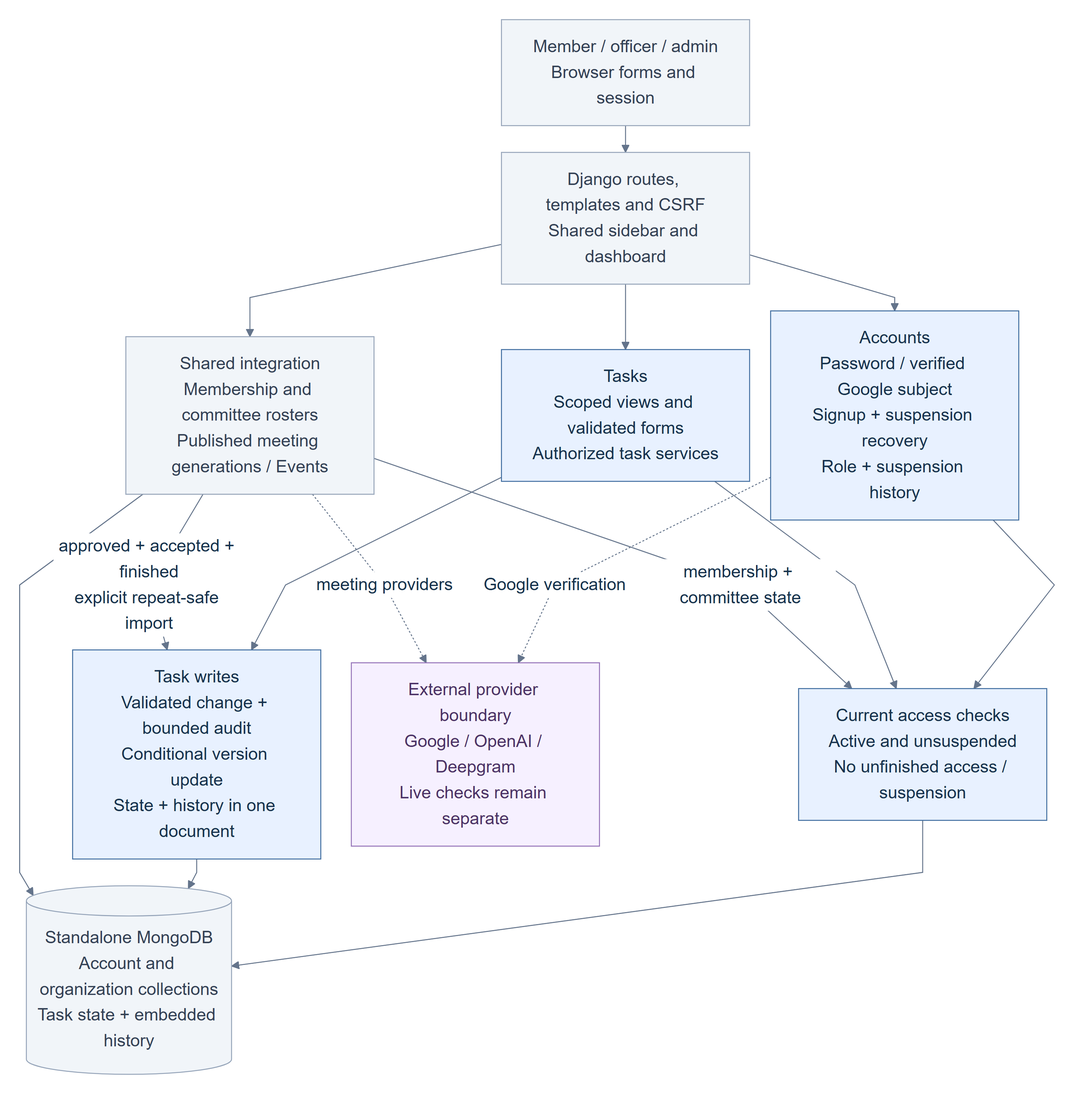
Earlier version of the Mermaid export docs/diagrams/current-architecture.png (aayowole1/Software-Eng). Its source is kept beside it as docs/diagrams/current-architecture.mmd.
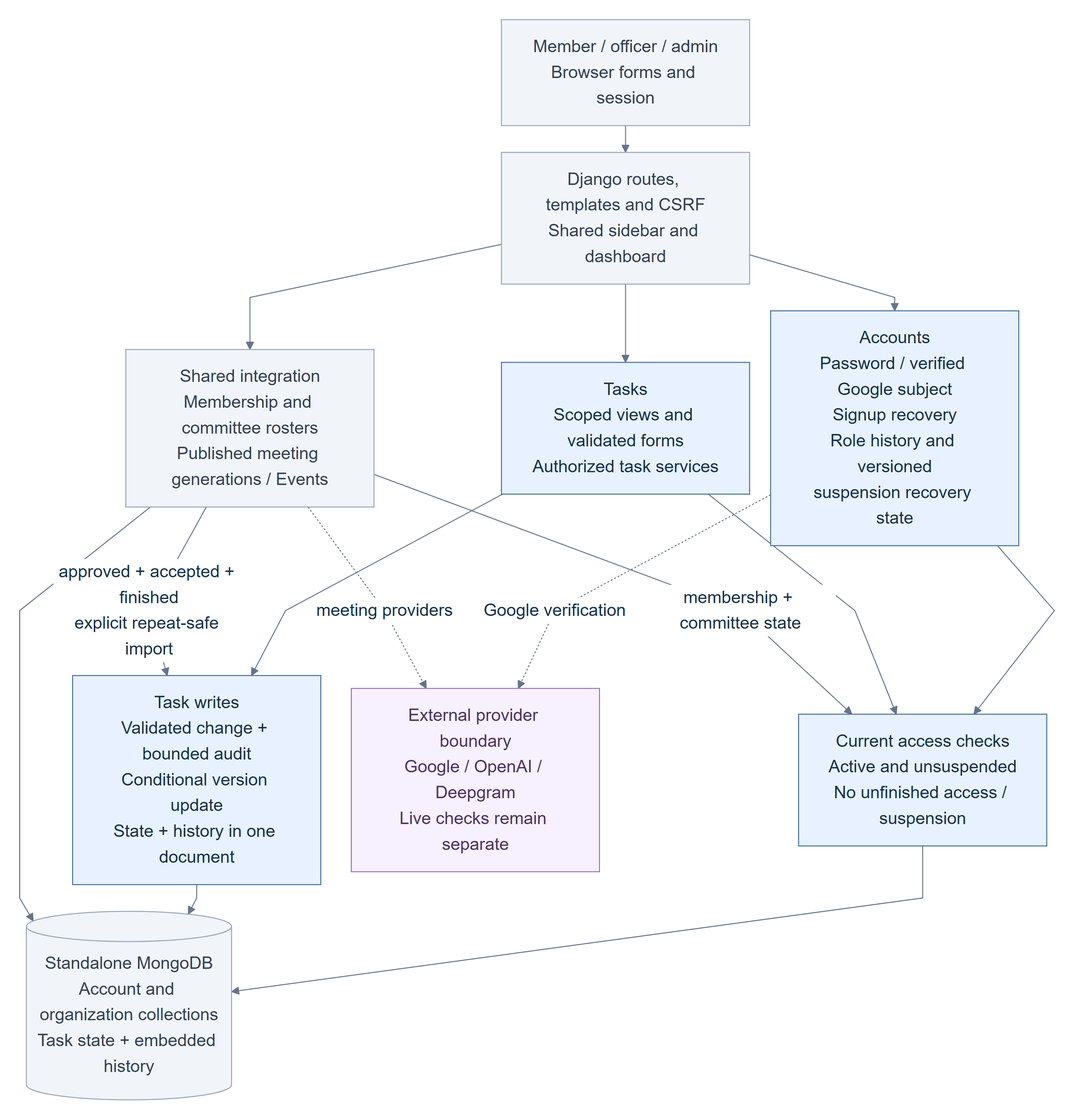
After the commit.

Commit message:
Describe suspension recovery state without claiming an audit history

What changed in the source:
```diff
@@ -4,7 +4,7 @@
     web["Django routes, templates and CSRF<br/>Shared sidebar and dashboard"]
     browser --> web
 
-    accounts["Accounts<br/>Password / verified Google subject<br/>Signup + suspension recovery<br/>Role + suspension history"]
+    accounts["Accounts<br/>Password / verified Google subject<br/>Signup recovery<br/>Role history and versioned<br/>suspension recovery state"]
     tasks["Tasks<br/>Scoped views and validated forms<br/>Authorized task services"]
     shared["Shared integration<br/>Membership and committee rosters<br/>Published meeting generations / Events"]
     web --> accounts
```
